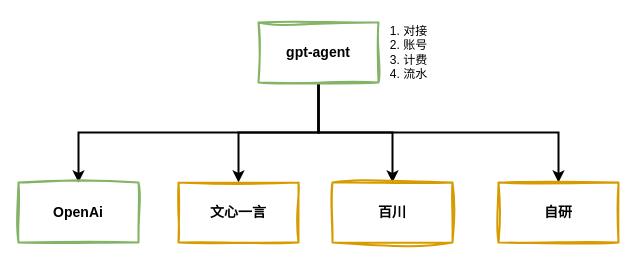
This is tech/gpt/gpt.drawio from zhuanzhuan-tech/arch-draw-io, a draw.io file, before an edit. Source tidied: cells renumbered, new cells numbered last; positions are measured from the earlier drawing's top-left corner, leaving out a move shared by most shapes. Both pictures are drawn from the tidied source at 100%, with x=0, y=0 at pixel (18, 17).
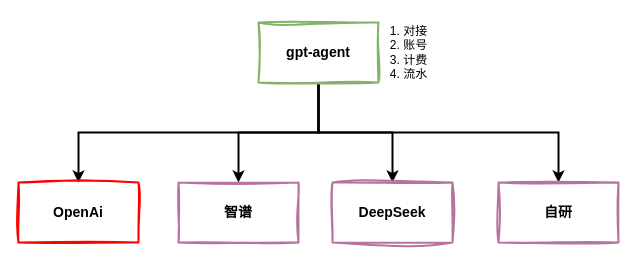
The same diagram, later.

The edit, as a diff of the source:
```diff
@@
 <mxGraphModel>
   <root>
     <mxCell id="0" />
     <mxCell id="1" parent="0" />
     <mxCell id="2" style="edgeStyle=orthogonalEdgeStyle;rounded=0;jettySize=auto;html=1;exitX=0.5;exitY=1;exitDx=0;exitDy=0;entryX=0.5;entryY=0;entryDx=0;entryDy=0;strokeWidth=2;" parent="1" edge="1" source="6" target="7">
       <mxGeometry relative="1" as="geometry" />
     </mxCell>
     <mxCell id="3" style="edgeStyle=orthogonalEdgeStyle;rounded=0;jettySize=auto;html=1;exitX=0.5;exitY=1;exitDx=0;exitDy=0;entryX=0.5;entryY=0;entryDx=0;entryDy=0;strokeWidth=2;" parent="1" edge="1" source="6" target="8">
       <mxGeometry relative="1" as="geometry" />
     </mxCell>
     <mxCell id="4" style="edgeStyle=orthogonalEdgeStyle;rounded=0;jettySize=auto;html=1;exitX=0.5;exitY=1;exitDx=0;exitDy=0;entryX=0.5;entryY=0;entryDx=0;entryDy=0;strokeWidth=2;" parent="1" edge="1" source="6" target="9">
       <mxGeometry relative="1" as="geometry" />
     </mxCell>
     <mxCell id="5" style="edgeStyle=orthogonalEdgeStyle;rounded=0;jettySize=auto;html=1;exitX=0.5;exitY=1;exitDx=0;exitDy=0;entryX=0.5;entryY=0;entryDx=0;entryDy=0;strokeWidth=2;" parent="1" edge="1" source="6" target="10">
       <mxGeometry relative="1" as="geometry" />
     </mxCell>
     <mxCell id="6" value="&lt;font style=&quot;font-size: 14px;&quot;&gt;&lt;b&gt;gpt-agent&lt;/b&gt;&lt;/font&gt;" style="rounded=0;whiteSpace=wrap;html=1;strokeWidth=2;fillColor=none;sketch=1;curveFitting=1;jiggle=2;strokeColor=#82b366;" parent="1" vertex="1">
       <mxGeometry x="240" y="5" width="120" height="60" as="geometry" />
     </mxCell>
-    <mxCell id="7" value="&lt;span style=&quot;font-size: 14px;&quot;&gt;&lt;b&gt;OpenAi&lt;/b&gt;&lt;/span&gt;" style="rounded=0;whiteSpace=wrap;html=1;strokeWidth=2;fillColor=none;sketch=1;curveFitting=1;jiggle=2;strokeColor=#82b366;" parent="1" vertex="1">
+    <mxCell id="7" value="&lt;span style=&quot;font-size: 14px;&quot;&gt;&lt;b&gt;OpenAi&lt;/b&gt;&lt;/span&gt;" style="rounded=0;whiteSpace=wrap;html=1;strokeWidth=2;fillColor=none;sketch=1;curveFitting=1;jiggle=2;strokeColor=#FF0000;" parent="1" vertex="1">
       <mxGeometry y="165" width="120" height="60" as="geometry" />
     </mxCell>
-    <mxCell id="8" value="&lt;span style=&quot;font-size: 14px;&quot;&gt;&lt;b&gt;文心一言&lt;/b&gt;&lt;/span&gt;" style="rounded=0;whiteSpace=wrap;html=1;strokeWidth=2;fillColor=none;sketch=1;curveFitting=1;jiggle=2;strokeColor=#d79b00;" parent="1" vertex="1">
+    <mxCell id="8" value="&lt;span style=&quot;font-size: 14px;&quot;&gt;&lt;b&gt;智谱&lt;/b&gt;&lt;/span&gt;" style="rounded=0;whiteSpace=wrap;html=1;strokeWidth=2;fillColor=none;sketch=1;curveFitting=1;jiggle=2;strokeColor=#B5739D;" parent="1" vertex="1">
       <mxGeometry x="160" y="165" width="120" height="60" as="geometry" />
     </mxCell>
-    <mxCell id="9" value="&lt;span style=&quot;font-size: 14px;&quot;&gt;&lt;b&gt;百川&lt;/b&gt;&lt;/span&gt;" style="rounded=0;whiteSpace=wrap;html=1;strokeWidth=2;fillColor=none;sketch=1;curveFitting=1;jiggle=2;strokeColor=#d79b00;" parent="1" vertex="1">
+    <mxCell id="9" value="&lt;span style=&quot;font-size: 14px;&quot;&gt;&lt;b&gt;DeepSeek&lt;/b&gt;&lt;/span&gt;" style="rounded=0;whiteSpace=wrap;html=1;strokeWidth=2;fillColor=none;sketch=1;curveFitting=1;jiggle=2;strokeColor=#B5739D;" parent="1" vertex="1">
       <mxGeometry x="314" y="165" width="120" height="60" as="geometry" />
     </mxCell>
-    <mxCell id="10" value="&lt;span style=&quot;font-size: 14px;&quot;&gt;&lt;b&gt;自研&lt;/b&gt;&lt;/span&gt;" style="rounded=0;whiteSpace=wrap;html=1;strokeWidth=2;fillColor=none;sketch=1;curveFitting=1;jiggle=2;strokeColor=#d79b00;" parent="1" vertex="1">
+    <mxCell id="10" value="&lt;span style=&quot;font-size: 14px;&quot;&gt;&lt;b&gt;自研&lt;/b&gt;&lt;/span&gt;" style="rounded=0;whiteSpace=wrap;html=1;strokeWidth=2;fillColor=none;sketch=1;curveFitting=1;jiggle=2;strokeColor=#B5739D;" parent="1" vertex="1">
       <mxGeometry x="480" y="165" width="120" height="60" as="geometry" />
     </mxCell>
     <mxCell id="11" value="1. 对接&lt;div&gt;2. 账号&lt;/div&gt;&lt;div&gt;3. 计费&lt;/div&gt;&lt;div&gt;4. 流水&lt;/div&gt;" style="text;html=1;align=center;verticalAlign=middle;strokeColor=none;fillColor=none;" parent="1" vertex="1">
       <mxGeometry x="360" width="60" height="70" as="geometry" />
     </mxCell>
   </root>
 </mxGraphModel>
```
